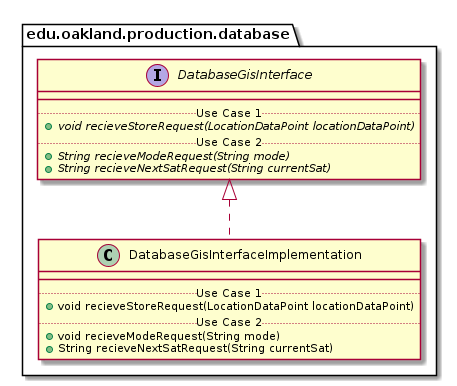
andrewdimmer/csi-3370-software-project keeps this PlantUML diagram as docs/uml-class-diagrams/database/production/DatabaseGisInterfaceImplementation/DatabaseGisInterfaceImplementation_DirectDependencies.png. Above is the earlier version. The source it was exported from:
```plantuml
@startuml DatabaseGisInterfaceImplementation_DirectDependencies


package edu.oakland.production.database {
    class DatabaseGisInterfaceImplementation {
        __
        .. Use Case 1 ..
        + void recieveStoreRequest(LocationDataPoint locationDataPoint)
        .. Use Case 2 ..
        + void recieveModeRequest(String mode)
        + String recieveNextSatRequest(String currentSat)
    }
}



package edu.oakland.production.database {
    interface DatabaseGisInterface {
        __
        .. Use Case 1 ..
        {abstract} + void recieveStoreRequest(LocationDataPoint locationDataPoint)
        .. Use Case 2 ..
        {abstract} + String recieveModeRequest(String mode)
        {abstract} + String recieveNextSatRequest(String currentSat)
    }
}

DatabaseGisInterfaceImplementation .up.|> DatabaseGisInterface





@enduml
```
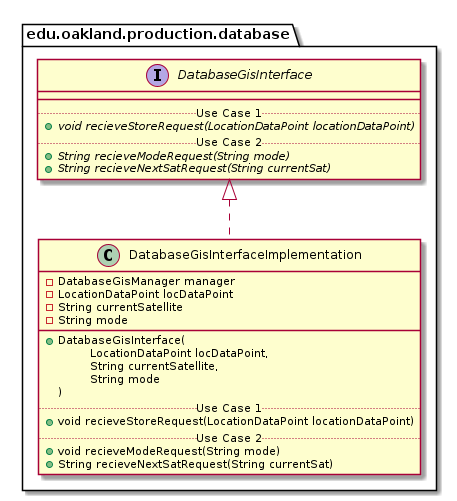
After the commit.

What changed in the source:
```diff
@@ -3,7 +3,16 @@
 
 package edu.oakland.production.database {
     class DatabaseGisInterfaceImplementation {
+        - DatabaseGisManager manager
+        - LocationDataPoint locDataPoint
+        - String currentSatellite
+        - String mode
         __
+        + DatabaseGisInterface(
+        \tLocationDataPoint locDataPoint,
+        \tString currentSatellite,
+        \tString mode
+        )
         .. Use Case 1 ..
         + void recieveStoreRequest(LocationDataPoint locationDataPoint)
         .. Use Case 2 ..
```
